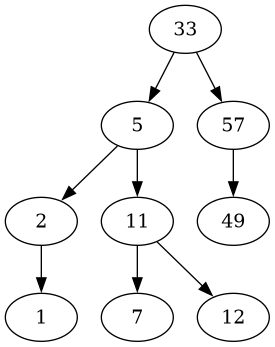
Above: computational-geometry/LineIntersection/tree.png in sully-vian/HTWG (Graphviz), before the change. Its source is kept beside it as computational-geometry/LineIntersection/tree.dot. Source of this version:
```dot
digraph G {
	"33" -> "5";
	"5" -> "2";
	"2" -> "1";
	"5" -> "11";
	"11" -> "7";
	"11" -> "12";
	"33" -> "57";
	"57" -> "49";
}
```
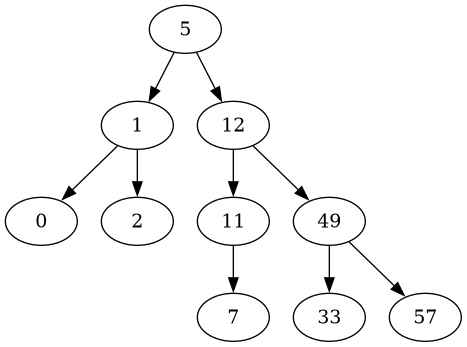
The same diagram one commit later.

The edit, as a diff of the source:
```diff
@@ -1,10 +1,11 @@
 digraph G {
-	"33" -> "5";
-	"5" -> "2";
-	"2" -> "1";
-	"5" -> "11";
+	"5" -> "1";
+	"1" -> "0";
+	"1" -> "2";
+	"5" -> "12";
+	"12" -> "11";
 	"11" -> "7";
-	"11" -> "12";
-	"33" -> "57";
-	"57" -> "49";
+	"12" -> "49";
+	"49" -> "33";
+	"49" -> "57";
 }
```
